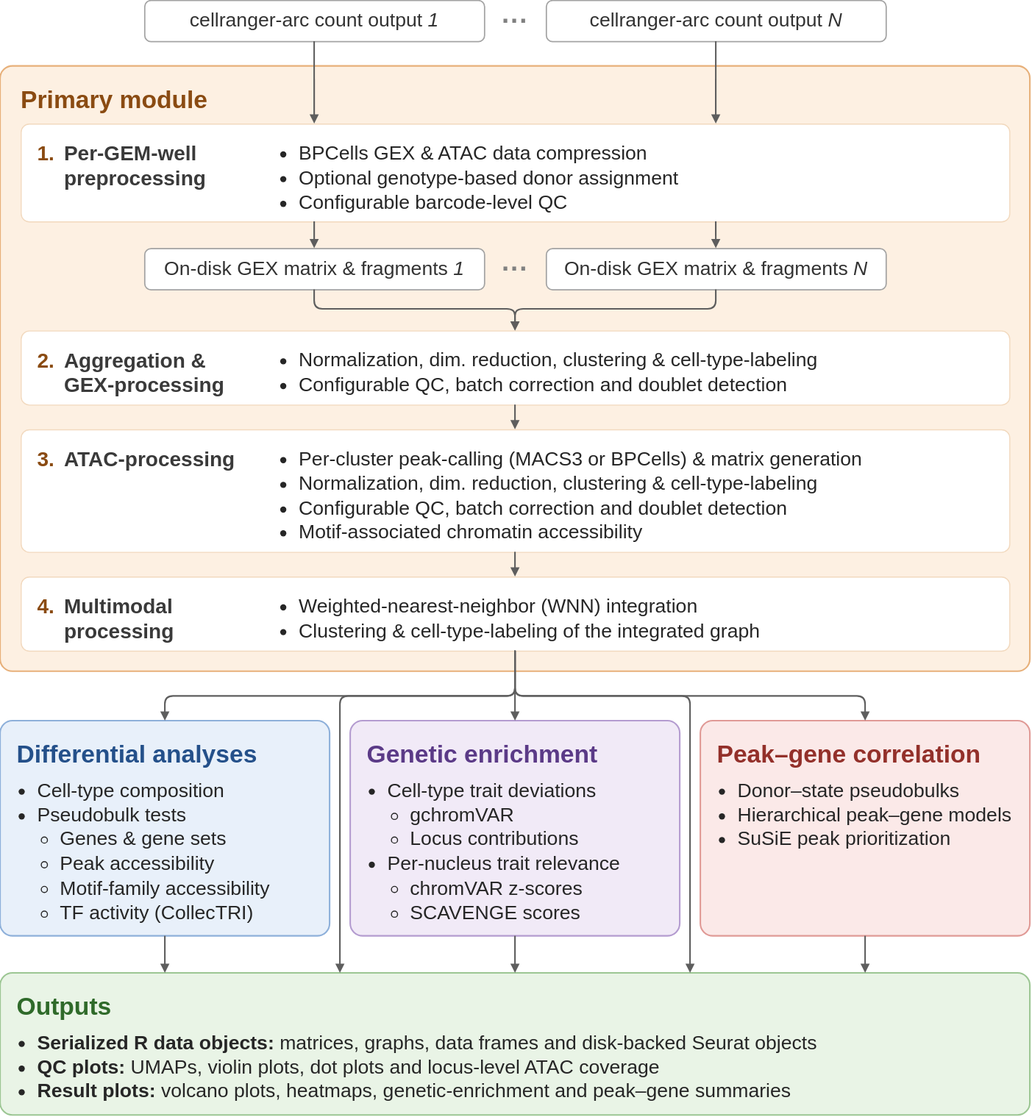
This is website/figures/multiomeR_overview_simplified.drawio.svg from koefoeden/multiomeR, a draw.io export, as it was before one commit. Source tidied: cells renumbered, new cells last; positions are measured from the earlier drawing's top-left corner, leaving out a move shared by most shapes.
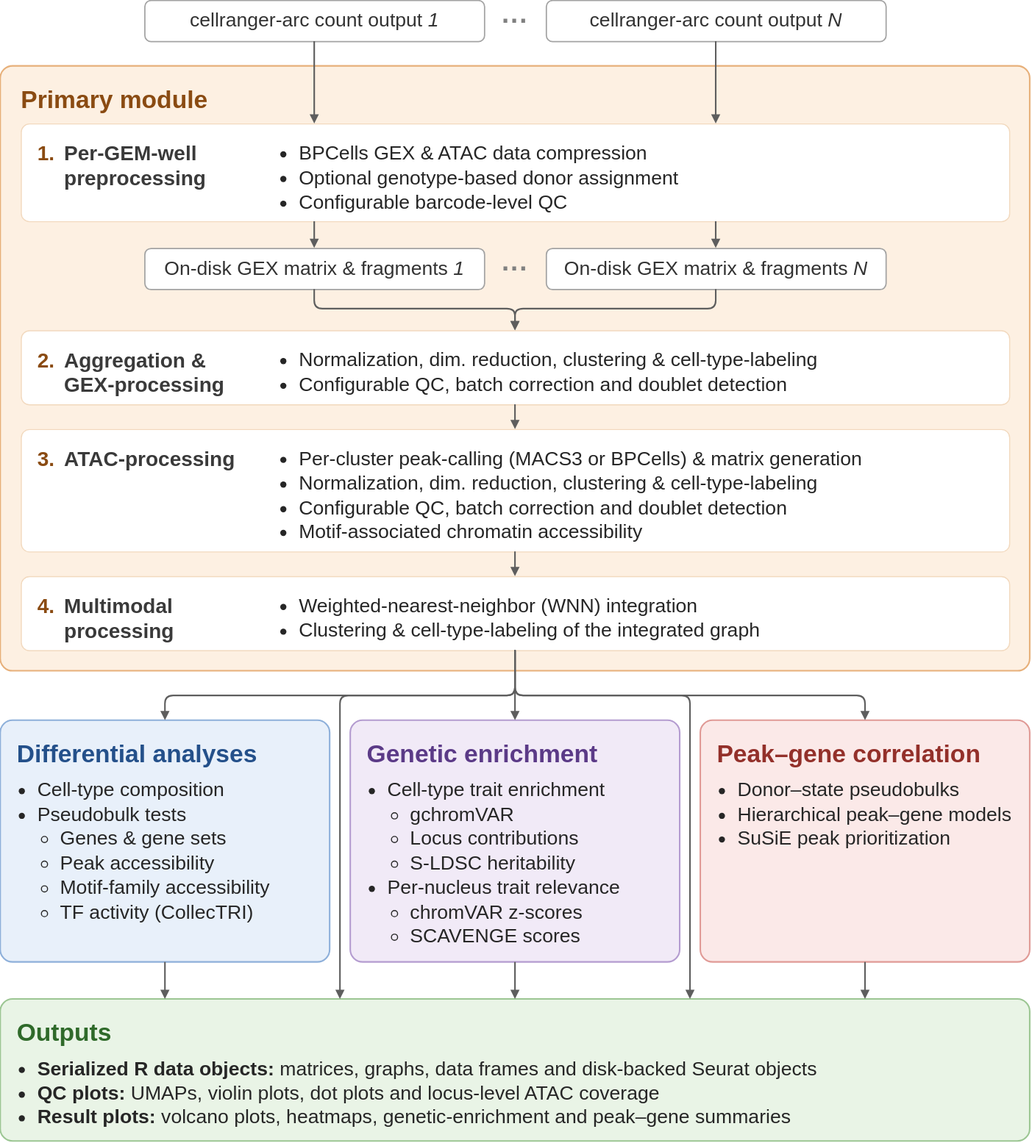
The same diagram one commit later.

Commit message:
Document S-LDSC and the cell-type chromVAR changes in the manual

Change to the diagram source:
```diff
@@ -6,16 +6,16 @@
       <mxGeometry y="64" width="1000" height="588" as="geometry" />
     </mxCell>
     <mxCell id="3" value="&lt;div style=&quot;font-size:24px;font-weight:bold;color:#24508A;margin-bottom:8px;&quot;&gt;Differential analyses&lt;/div&gt;&lt;ul style=&quot;margin:0;padding-left:20px;line-height:1.25;&quot;&gt;&lt;li&gt;Cell-type composition&lt;/li&gt;&lt;li&gt;Pseudobulk tests&lt;ul style=&quot;margin:0;padding-left:22px;&quot;&gt;&lt;li&gt;Genes &amp;amp; gene sets&lt;/li&gt;&lt;li&gt;Peak accessibility&lt;/li&gt;&lt;li&gt;Motif-family accessibility&lt;/li&gt;&lt;li&gt;TF activity (CollecTRI)&lt;/li&gt;&lt;/ul&gt;&lt;/li&gt;&lt;/ul&gt;" style="rounded=1;absoluteArcSize=1;arcSize=24;whiteSpace=wrap;html=1;fillColor=#E8F0FA;strokeColor=#8EB0DA;strokeWidth=1.5;spacingLeft=16;spacingRight=10;spacingTop=14;align=left;verticalAlign=top;spacing=0;fontSize=19;fontColor=#262626;" parent="1" vertex="1">
-      <mxGeometry y="700" width="320" height="209" as="geometry" />
+      <mxGeometry y="700" width="320" height="235" as="geometry" />
     </mxCell>
-    <mxCell id="4" value="&lt;div style=&quot;font-size:24px;font-weight:bold;color:#5B3A87;margin-bottom:8px;&quot;&gt;Genetic enrichment&lt;/div&gt;&lt;ul style=&quot;margin:0;padding-left:20px;line-height:1.25;&quot;&gt;&lt;li&gt;Cell-type trait deviations&lt;ul style=&quot;margin:0;padding-left:22px;&quot;&gt;&lt;li&gt;gchromVAR&lt;/li&gt;&lt;li&gt;Locus contributions&lt;/li&gt;&lt;/ul&gt;&lt;/li&gt;&lt;li&gt;Per-nucleus trait relevance&lt;ul style=&quot;margin:0;padding-left:22px;&quot;&gt;&lt;li&gt;chromVAR z-scores&lt;/li&gt;&lt;li&gt;SCAVENGE scores&lt;/li&gt;&lt;/ul&gt;&lt;/li&gt;&lt;/ul&gt;" style="rounded=1;absoluteArcSize=1;arcSize=24;whiteSpace=wrap;html=1;fillColor=#F1EAF7;strokeColor=#B49CD0;strokeWidth=1.5;spacingLeft=16;spacingRight=10;spacingTop=14;align=left;verticalAlign=top;spacing=0;fontSize=19;fontColor=#262626;" parent="1" vertex="1">
-      <mxGeometry x="340" y="700" width="320" height="209" as="geometry" />
+    <mxCell id="4" value="&lt;div style=&quot;font-size:24px;font-weight:bold;color:#5B3A87;margin-bottom:8px;&quot;&gt;Genetic enrichment&lt;/div&gt;&lt;ul style=&quot;margin:0;padding-left:20px;line-height:1.25;&quot;&gt;&lt;li&gt;Cell-type trait enrichment&lt;ul style=&quot;margin:0;padding-left:22px;&quot;&gt;&lt;li&gt;gchromVAR&lt;/li&gt;&lt;li&gt;Locus contributions&lt;/li&gt;&lt;li&gt;S-LDSC heritability&lt;/li&gt;&lt;/ul&gt;&lt;/li&gt;&lt;li&gt;Per-nucleus trait relevance&lt;ul style=&quot;margin:0;padding-left:22px;&quot;&gt;&lt;li&gt;chromVAR z-scores&lt;/li&gt;&lt;li&gt;SCAVENGE scores&lt;/li&gt;&lt;/ul&gt;&lt;/li&gt;&lt;/ul&gt;" style="rounded=1;absoluteArcSize=1;arcSize=24;whiteSpace=wrap;html=1;fillColor=#F1EAF7;strokeColor=#B49CD0;strokeWidth=1.5;spacingLeft=16;spacingRight=10;spacingTop=14;align=left;verticalAlign=top;spacing=0;fontSize=19;fontColor=#262626;" parent="1" vertex="1">
+      <mxGeometry x="340" y="700" width="320" height="235" as="geometry" />
     </mxCell>
     <mxCell id="5" value="&lt;div style=&quot;font-size:24px;font-weight:bold;color:#93302A;margin-bottom:8px;&quot;&gt;Peak–gene correlation&lt;/div&gt;&lt;ul style=&quot;margin:0;padding-left:20px;line-height:1.25;&quot;&gt;&lt;li&gt;Donor–state pseudobulks&lt;/li&gt;&lt;li&gt;Hierarchical peak–gene models&lt;/li&gt;&lt;li&gt;SuSiE peak prioritization&lt;/li&gt;&lt;/ul&gt;" style="rounded=1;absoluteArcSize=1;arcSize=24;whiteSpace=wrap;html=1;fillColor=#FBE9E8;strokeColor=#E09A96;strokeWidth=1.5;spacingLeft=16;spacingRight=10;spacingTop=14;align=left;verticalAlign=top;spacing=0;fontSize=19;fontColor=#262626;" parent="1" vertex="1">
-      <mxGeometry x="680" y="700" width="320" height="209" as="geometry" />
+      <mxGeometry x="680" y="700" width="320" height="235" as="geometry" />
     </mxCell>
     <mxCell id="6" value="&lt;div style=&quot;font-size:24px;font-weight:bold;color:#2F6A2A;margin-bottom:8px;&quot;&gt;Outputs&lt;/div&gt;&lt;ul style=&quot;margin:0;padding-left:20px;line-height:1.25;&quot;&gt;&lt;li&gt;&lt;b&gt;Serialized R data objects:&lt;/b&gt; matrices, graphs, data frames and disk-backed Seurat objects&lt;/li&gt;&lt;li&gt;&lt;b&gt;QC plots:&lt;/b&gt; UMAPs, violin plots, dot plots and locus-level ATAC coverage&lt;/li&gt;&lt;li&gt;&lt;b&gt;Result plots:&lt;/b&gt; volcano plots, heatmaps, genetic-enrichment and peak–gene summaries&lt;/li&gt;&lt;/ul&gt;" style="rounded=1;absoluteArcSize=1;arcSize=24;whiteSpace=wrap;html=1;fillColor=#E9F4E6;strokeColor=#9CC693;strokeWidth=1.5;spacingLeft=16;spacingRight=10;spacingTop=14;align=left;verticalAlign=top;spacing=0;fontSize=19;fontColor=#262626;" parent="1" vertex="1">
-      <mxGeometry y="945" width="1000" height="138" as="geometry" />
+      <mxGeometry y="971" width="1000" height="138" as="geometry" />
     </mxCell>
     <mxCell id="7" value="cellranger-arc count output &lt;i&gt;1&lt;/i&gt;" style="rounded=1;absoluteArcSize=1;arcSize=12;whiteSpace=wrap;html=1;fillColor=#FFFFFF;strokeColor=#A3A3A3;strokeWidth=1.25;fontSize=19;fontColor=#333333;" parent="1" vertex="1">
       <mxGeometry x="140" width="330" height="40" as="geometry" />
```
